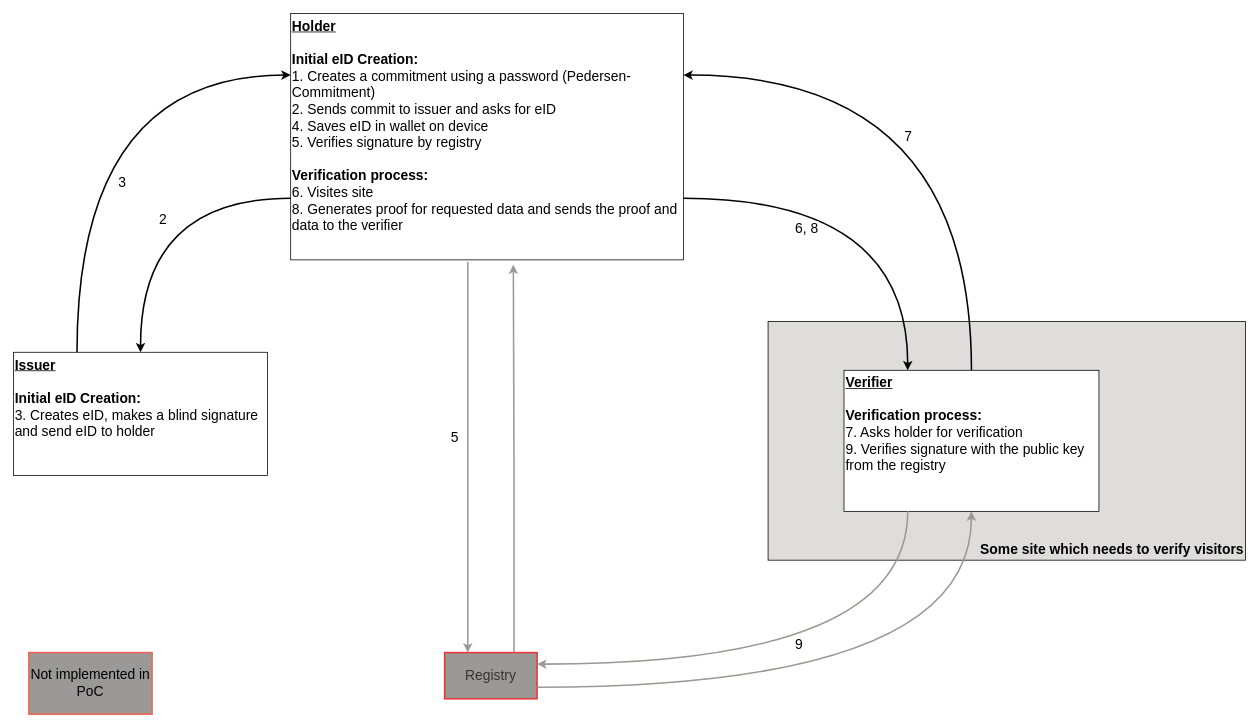
devobern/eid-rust-poc keeps this draw.io diagram as BBS_Diagram.drawio. Above is the earlier version. Source tidied: cells renumbered, new cells numbered last; positions are measured from the earlier drawing's top-left corner, leaving out a move shared by most shapes. Both pictures are drawn from the tidied source at 77%, with x=0, y=0 at pixel (13, 13).
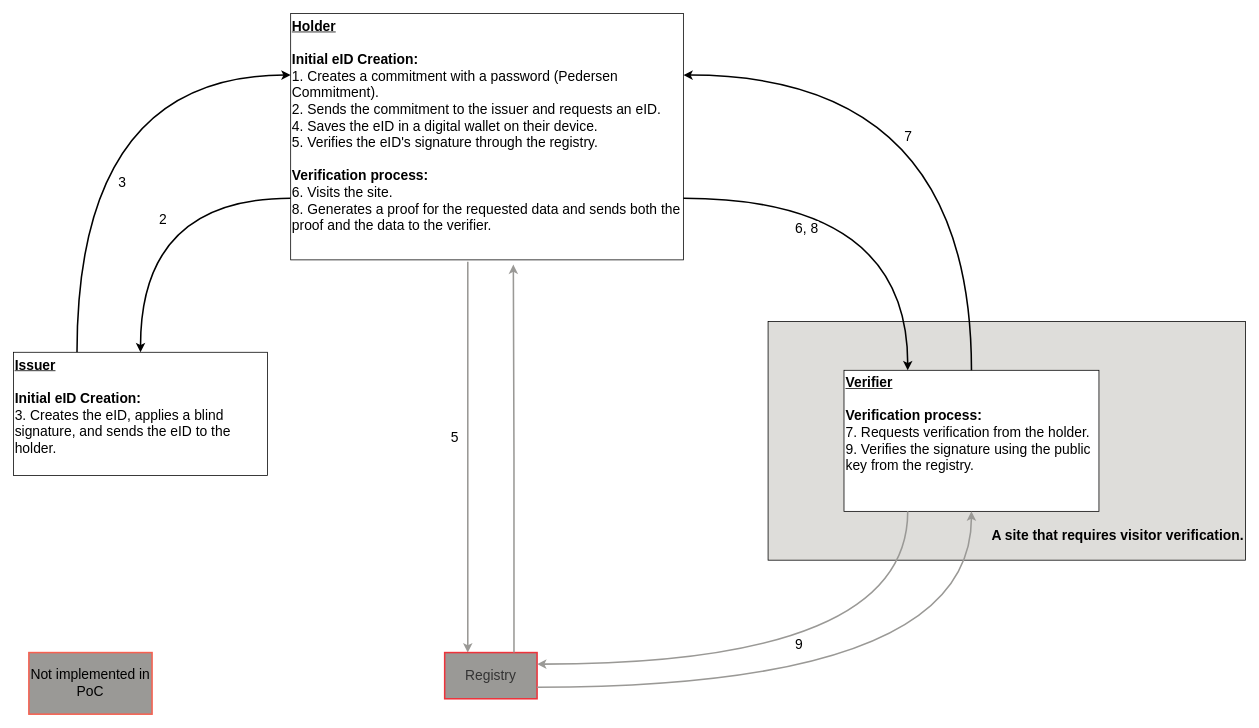
Above is the later version.

What changed in the source:
```diff
@@
 <mxGraphModel>
   <root>
     <mxCell id="0" />
     <mxCell id="1" parent="0" />
     <mxCell id="2" value="2" style="edgeStyle=orthogonalEdgeStyle;rounded=0;jettySize=auto;html=1;exitX=0;exitY=0.75;exitDx=0;exitDy=0;entryX=0.5;entryY=0;entryDx=0;entryDy=0;curved=1;fontSize=18;strokeWidth=2;" parent="1" edge="1" source="4" target="6">
       <mxGeometry x="-0.16" y="28" relative="1" as="geometry" />
     </mxCell>
     <mxCell id="3" value="5" style="edgeStyle=orthogonalEdgeStyle;rounded=0;jettySize=auto;html=1;exitX=0.451;exitY=1.008;exitDx=0;exitDy=0;entryX=0.25;entryY=0;entryDx=0;entryDy=0;fillColor=#f5f5f5;strokeColor=#9a9996;fontSize=18;strokeWidth=2;exitPerimeter=0;" parent="1" edge="1" source="4" target="7">
       <mxGeometry x="-0.1" y="-17" relative="1" as="geometry" />
     </mxCell>
-    <mxCell id="4" value="&lt;div style=&quot;font-size: 18px;&quot;&gt;&lt;b style=&quot;font-size: 18px;&quot;&gt;&lt;font style=&quot;font-size: 18px;&quot;&gt;&lt;u style=&quot;font-size: 18px;&quot;&gt;Holder&lt;/u&gt;&lt;/font&gt;&lt;/b&gt;&lt;/div&gt;&lt;div style=&quot;font-size: 18px;&quot;&gt;&lt;br style=&quot;font-size: 18px;&quot;&gt;&lt;/div&gt;&lt;div style=&quot;font-size: 18px;&quot;&gt;&lt;b style=&quot;font-size: 18px;&quot;&gt;Initial eID Creation:&lt;/b&gt;&lt;br style=&quot;font-size: 18px;&quot;&gt;&lt;/div&gt;&lt;div style=&quot;font-size: 18px;&quot;&gt;1. Creates a commitment using a password (Pedersen-Commitment)&lt;/div&gt;&lt;div style=&quot;font-size: 18px;&quot;&gt;2. Sends commit to issuer and asks for eID&lt;br style=&quot;font-size: 18px;&quot;&gt;&lt;/div&gt;&lt;div style=&quot;font-size: 18px;&quot;&gt;4. Saves eID in wallet on device&lt;/div&gt;&lt;div style=&quot;font-size: 18px;&quot;&gt;5. Verifies signature by registry&lt;br style=&quot;font-size: 18px;&quot;&gt;&lt;/div&gt;&lt;div style=&quot;font-size: 18px;&quot;&gt;&lt;br style=&quot;font-size: 18px;&quot;&gt;&lt;/div&gt;&lt;div style=&quot;font-size: 18px;&quot;&gt;&lt;b style=&quot;font-size: 18px;&quot;&gt;Verification process:&lt;/b&gt;&lt;/div&gt;&lt;div style=&quot;font-size: 18px;&quot;&gt;6. Visites site&lt;br style=&quot;font-size: 18px;&quot;&gt;&lt;/div&gt;&lt;div style=&quot;font-size: 18px;&quot;&gt;8. Generates proof for requested data and sends the proof and data to the verifier&lt;br style=&quot;font-size: 18px;&quot;&gt;&lt;/div&gt;" style="rounded=0;whiteSpace=wrap;html=1;align=left;verticalAlign=top;fontSize=18;" parent="1" vertex="1">
+    <mxCell id="4" value="&lt;div style=&quot;font-size: 18px;&quot;&gt;&lt;b style=&quot;font-size: 18px;&quot;&gt;&lt;font style=&quot;font-size: 18px;&quot;&gt;&lt;u style=&quot;font-size: 18px;&quot;&gt;Holder&lt;/u&gt;&lt;/font&gt;&lt;/b&gt;&lt;/div&gt;&lt;div style=&quot;font-size: 18px;&quot;&gt;&lt;br style=&quot;font-size: 18px;&quot;&gt;&lt;/div&gt;&lt;div style=&quot;font-size: 18px;&quot;&gt;&lt;b style=&quot;font-size: 18px;&quot;&gt;Initial eID Creation:&lt;/b&gt;&lt;br style=&quot;font-size: 18px;&quot;&gt;&lt;/div&gt;&lt;div style=&quot;font-size: 18px;&quot;&gt;1. Creates a commitment with a password (Pedersen Commitment).&lt;/div&gt;&lt;div style=&quot;font-size: 18px;&quot;&gt;2. Sends the commitment to the issuer and requests an eID.&lt;/div&gt;&lt;div style=&quot;font-size: 18px;&quot;&gt;4. Saves the eID in a digital wallet on their device.&lt;/div&gt;&lt;div style=&quot;font-size: 18px;&quot;&gt;5. Verifies the eID's signature through the registry.&lt;/div&gt;&lt;div style=&quot;font-size: 18px;&quot;&gt;&lt;br style=&quot;font-size: 18px;&quot;&gt;&lt;/div&gt;&lt;div style=&quot;font-size: 18px;&quot;&gt;&lt;b style=&quot;font-size: 18px;&quot;&gt;Verification process:&lt;/b&gt;&lt;/div&gt;&lt;div style=&quot;font-size: 18px;&quot;&gt;6. Visits the site.&lt;/div&gt;&lt;div style=&quot;font-size: 18px;&quot;&gt;8. Generates a proof for the requested data and sends both the proof and the data to the verifier.&lt;/div&gt;" style="rounded=0;whiteSpace=wrap;html=1;align=left;verticalAlign=top;fontSize=18;" parent="1" vertex="1">
       <mxGeometry x="360" width="510" height="320" as="geometry" />
     </mxCell>
     <mxCell id="5" value="3" style="edgeStyle=orthogonalEdgeStyle;rounded=0;jettySize=auto;html=1;exitX=0.25;exitY=0;exitDx=0;exitDy=0;entryX=0;entryY=0.25;entryDx=0;entryDy=0;curved=1;fontSize=18;strokeWidth=2;" parent="1" edge="1" source="6" target="4">
       <mxGeometry x="-0.31" y="-57" relative="1" as="geometry">
         <mxPoint x="1" as="offset" />
       </mxGeometry>
     </mxCell>
-    <mxCell id="6" value="&lt;div style=&quot;font-size: 18px;&quot;&gt;&lt;b style=&quot;font-size: 18px;&quot;&gt;&lt;u style=&quot;font-size: 18px;&quot;&gt;&lt;font style=&quot;font-size: 18px;&quot;&gt;Issuer&lt;/font&gt;&lt;/u&gt;&lt;/b&gt;&lt;/div&gt;&lt;div style=&quot;font-size: 18px;&quot;&gt;&lt;b style=&quot;font-size: 18px;&quot;&gt;&lt;br style=&quot;font-size: 18px;&quot;&gt;&lt;/b&gt;&lt;/div&gt;&lt;div style=&quot;font-size: 18px;&quot;&gt;&lt;b style=&quot;font-size: 18px;&quot;&gt;Initial eID Creation:&lt;/b&gt;&lt;br style=&quot;font-size: 18px;&quot;&gt;&lt;/div&gt;&lt;div style=&quot;font-size: 18px;&quot;&gt;3. Creates eID, makes a blind signature and send eID to holder&lt;br style=&quot;font-size: 18px;&quot;&gt;&lt;/div&gt;" style="rounded=0;whiteSpace=wrap;html=1;align=left;verticalAlign=top;fontSize=18;" parent="1" vertex="1">
+    <mxCell id="6" value="&lt;div style=&quot;font-size: 18px;&quot;&gt;&lt;b style=&quot;font-size: 18px;&quot;&gt;&lt;u style=&quot;font-size: 18px;&quot;&gt;&lt;font style=&quot;font-size: 18px;&quot;&gt;Issuer&lt;/font&gt;&lt;/u&gt;&lt;/b&gt;&lt;/div&gt;&lt;div style=&quot;font-size: 18px;&quot;&gt;&lt;b style=&quot;font-size: 18px;&quot;&gt;&lt;br style=&quot;font-size: 18px;&quot;&gt;&lt;/b&gt;&lt;/div&gt;&lt;div style=&quot;font-size: 18px;&quot;&gt;&lt;b style=&quot;font-size: 18px;&quot;&gt;Initial eID Creation:&lt;/b&gt;&lt;br style=&quot;font-size: 18px;&quot;&gt;&lt;/div&gt;&lt;div style=&quot;font-size: 18px;&quot;&gt;3. Creates the eID, applies a blind signature, and sends the eID to the holder.&lt;/div&gt;" style="rounded=0;whiteSpace=wrap;html=1;align=left;verticalAlign=top;fontSize=18;" parent="1" vertex="1">
       <mxGeometry y="440" width="330" height="160" as="geometry" />
     </mxCell>
     <mxCell id="7" value="Registry" style="rounded=0;whiteSpace=wrap;html=1;fillColor=#9a9996;fontColor=#333333;strokeColor=#ed333b;fontSize=18;strokeWidth=2;" parent="1" vertex="1">
       <mxGeometry x="560" y="830" width="120" height="60" as="geometry" />
     </mxCell>
     <mxCell id="8" style="edgeStyle=orthogonalEdgeStyle;rounded=0;jettySize=auto;html=1;exitX=0.75;exitY=0;exitDx=0;exitDy=0;entryX=0.567;entryY=1.019;entryDx=0;entryDy=0;entryPerimeter=0;fillColor=#f5f5f5;strokeColor=#9a9996;fontSize=18;strokeWidth=2;" parent="1" edge="1" source="7" target="4">
       <mxGeometry relative="1" as="geometry" />
     </mxCell>
     <mxCell id="9" value="Not implemented in PoC" style="rounded=0;whiteSpace=wrap;html=1;fillColor=#9a9996;strokeColor=#f66151;fontSize=18;strokeWidth=2;" parent="1" vertex="1">
       <mxGeometry x="20" y="830" width="160" height="80" as="geometry" />
     </mxCell>
     <mxCell id="10" style="group;fontSize=18;" parent="1" vertex="1">
       <mxGeometry x="980" y="400" width="620" height="310" as="geometry" />
     </mxCell>
-    <mxCell id="11" value="&lt;div style=&quot;font-size: 18px;&quot;&gt;Some site which needs to verify visitors&lt;br style=&quot;font-size: 18px;&quot;&gt;&lt;/div&gt;" style="rounded=0;whiteSpace=wrap;html=1;align=right;verticalAlign=bottom;fontStyle=1;fontSize=18;fillColor=#deddda;" parent="10" vertex="1">
+    <mxCell id="11" value="&lt;div class=&quot;flex flex-grow flex-col max-w-full&quot;&gt;&lt;div class=&quot;min-h-[20px] text-message flex flex-col items-start gap-3 whitespace-pre-wrap break-words [.text-message+&amp;amp;]:mt-5 overflow-x-auto&quot;&gt;&lt;div class=&quot;markdown prose w-full break-words dark:prose-invert dark&quot;&gt;&lt;p&gt;A site that requires visitor verification.&lt;/p&gt;&lt;/div&gt;&lt;/div&gt;&lt;/div&gt;" style="rounded=0;whiteSpace=wrap;html=1;align=right;verticalAlign=bottom;fontStyle=1;fontSize=18;fillColor=#deddda;" parent="10" vertex="1">
       <mxGeometry width="620" height="310" as="geometry" />
     </mxCell>
-    <mxCell id="12" value="&lt;div style=&quot;font-size: 18px;&quot;&gt;&lt;b style=&quot;font-size: 18px;&quot;&gt;&lt;font style=&quot;font-size: 18px;&quot;&gt;&lt;u style=&quot;font-size: 18px;&quot;&gt;Verifier&lt;/u&gt;&lt;/font&gt;&lt;/b&gt;&lt;/div&gt;&lt;div style=&quot;font-size: 18px;&quot;&gt;&lt;br style=&quot;font-size: 18px;&quot;&gt;&lt;/div&gt;&lt;div style=&quot;font-size: 18px;&quot;&gt;&lt;b style=&quot;font-size: 18px;&quot;&gt;Verification process:&lt;/b&gt;&lt;/div&gt;&lt;div style=&quot;font-size: 18px;&quot;&gt;7. Asks holder for verification&lt;br style=&quot;font-size: 18px;&quot;&gt;&lt;/div&gt;9. Verifies signature with the public key from the registry" style="rounded=0;whiteSpace=wrap;html=1;align=left;verticalAlign=top;fontSize=18;" parent="10" vertex="1">
+    <mxCell id="12" value="&lt;div style=&quot;font-size: 18px;&quot;&gt;&lt;b style=&quot;font-size: 18px;&quot;&gt;&lt;font style=&quot;font-size: 18px;&quot;&gt;&lt;u style=&quot;font-size: 18px;&quot;&gt;Verifier&lt;/u&gt;&lt;/font&gt;&lt;/b&gt;&lt;/div&gt;&lt;div style=&quot;font-size: 18px;&quot;&gt;&lt;br style=&quot;font-size: 18px;&quot;&gt;&lt;/div&gt;&lt;div style=&quot;font-size: 18px;&quot;&gt;&lt;b style=&quot;font-size: 18px;&quot;&gt;Verification process:&lt;/b&gt;&lt;/div&gt;&lt;div style=&quot;font-size: 18px;&quot;&gt;7. Requests verification from the holder.&lt;/div&gt;9. Verifies the signature using the public key from the registry." style="rounded=0;whiteSpace=wrap;html=1;align=left;verticalAlign=top;fontSize=18;" parent="10" vertex="1">
       <mxGeometry x="98.6" y="63.4" width="331.1" height="183.2" as="geometry" />
     </mxCell>
     <mxCell id="13" value="7" style="edgeStyle=orthogonalEdgeStyle;rounded=0;jettySize=auto;html=1;exitX=0.5;exitY=0;exitDx=0;exitDy=0;entryX=1;entryY=0.25;entryDx=0;entryDy=0;curved=1;fontSize=18;strokeWidth=2;" parent="1" edge="1" source="12" target="4">
       <mxGeometry x="0.23" y="80" relative="1" as="geometry" />
     </mxCell>
     <mxCell id="14" value="&lt;div style=&quot;font-size: 18px;&quot;&gt;6, 8&lt;/div&gt;" style="edgeStyle=orthogonalEdgeStyle;rounded=0;jettySize=auto;html=1;exitX=1;exitY=0.75;exitDx=0;exitDy=0;entryX=0.25;entryY=0;entryDx=0;entryDy=0;curved=1;fontSize=18;strokeWidth=2;" parent="1" edge="1" source="4" target="12">
       <mxGeometry x="-0.38" y="-40" relative="1" as="geometry" />
     </mxCell>
     <mxCell id="15" value="&lt;div style=&quot;font-size: 18px;&quot;&gt;9&lt;br style=&quot;font-size: 18px;&quot;&gt;&lt;/div&gt;" style="edgeStyle=orthogonalEdgeStyle;rounded=0;jettySize=auto;html=1;exitX=0.25;exitY=1;exitDx=0;exitDy=0;entryX=1;entryY=0.25;entryDx=0;entryDy=0;curved=1;fontSize=18;strokeWidth=2;strokeColor=#9a9996;" parent="1" edge="1" source="12" target="7">
       <mxGeometry y="-25" relative="1" as="geometry" />
     </mxCell>
     <mxCell id="16" style="edgeStyle=orthogonalEdgeStyle;rounded=0;jettySize=auto;html=1;exitX=1;exitY=0.75;exitDx=0;exitDy=0;curved=1;fontSize=18;strokeWidth=2;strokeColor=#9a9996;" parent="1" edge="1" source="7" target="12">
       <mxGeometry relative="1" as="geometry" />
     </mxCell>
   </root>
 </mxGraphModel>
```
